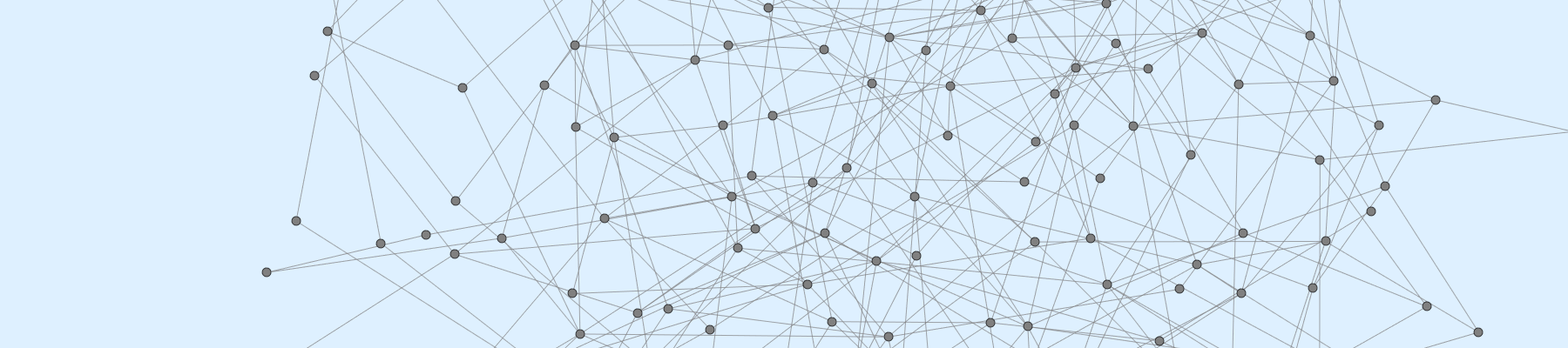
This is website/Content/Graph/graph.png from TexAgg/website, a Graphviz export, as it was before one commit. Its source is kept beside it as website/Content/Graph/graph.gv.
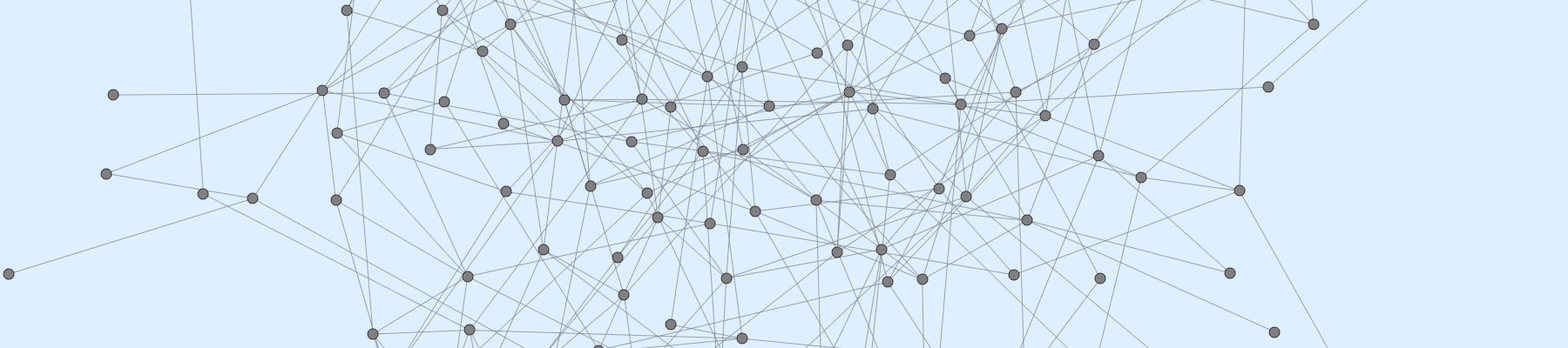
Later version of the same file.

What changed in the source:
```diff
@@ -201,404 +201,404 @@
 	198 [label=""];
 	199 [label=""];
 	200 [label=""];
-	1 -- 37;
-	1 -- 42;
-	1 -- 76;
-	1 -- 88;
-	1 -- 99;
-	1 -- 105;
-	1 -- 144;
-	1 -- 162;
-	1 -- 172;
-	1 -- 199;
-	2 -- 26;
-	2 -- 164;
-	2 -- 183;
-	3 -- 8;
-	3 -- 53;
-	3 -- 91;
-	3 -- 93;
-	3 -- 103;
-	3 -- 153;
-	3 -- 175;
-	4 -- 61;
-	4 -- 103;
-	4 -- 164;
-	4 -- 168;
-	5 -- 20;
-	5 -- 55;
-	5 -- 118;
-	5 -- 120;
-	5 -- 135;
-	6 -- 8;
-	6 -- 86;
-	6 -- 157;
-	6 -- 172;
-	6 -- 173;
-	7 -- 49;
-	7 -- 102;
-	7 -- 103;
-	7 -- 115;
-	7 -- 168;
-	7 -- 184;
-	7 -- 199;
-	8 -- 30;
-	8 -- 73;
-	8 -- 162;
-	8 -- 173;
-	9 -- 117;
-	9 -- 132;
-	9 -- 142;
-	10 -- 131;
-	10 -- 198;
-	11 -- 14;
-	11 -- 138;
-	12 -- 153;
-	12 -- 157;
-	12 -- 188;
-	12 -- 194;
-	13 -- 44;
-	13 -- 62;
-	13 -- 68;
-	13 -- 173;
-	14 -- 38;
-	14 -- 102;
-	14 -- 146;
-	14 -- 181;
-	14 -- 183;
-	15 -- 154;
-	15 -- 155;
-	16 -- 36;
-	16 -- 102;
-	18 -- 96;
-	18 -- 128;
-	18 -- 173;
-	19 -- 60;
-	19 -- 116;
-	19 -- 196;
-	20 -- 30;
-	20 -- 54;
-	20 -- 118;
-	20 -- 168;
-	20 -- 171;
-	21 -- 33;
-	21 -- 88;
-	21 -- 113;
-	21 -- 135;
-	21 -- 157;
-	21 -- 165;
-	22 -- 35;
-	22 -- 36;
-	22 -- 66;
-	22 -- 160;
-	23 -- 33;
-	23 -- 191;
-	23 -- 192;
-	25 -- 87;
+	1 -- 48;
+	1 -- 59;
+	1 -- 77;
+	1 -- 92;
+	1 -- 95;
+	1 -- 107;
+	2 -- 69;
+	2 -- 77;
+	2 -- 108;
+	2 -- 168;
+	3 -- 43;
+	3 -- 49;
+	3 -- 84;
+	3 -- 114;
+	4 -- 147;
+	4 -- 153;
+	4 -- 187;
+	5 -- 48;
+	5 -- 191;
+	6 -- 107;
+	6 -- 167;
+	6 -- 170;
+	6 -- 189;
+	7 -- 25;
+	7 -- 48;
+	7 -- 93;
+	7 -- 128;
+	7 -- 181;
+	8 -- 53;
+	8 -- 72;
+	8 -- 80;
+	8 -- 127;
+	8 -- 158;
+	8 -- 178;
+	8 -- 188;
+	9 -- 62;
+	9 -- 193;
+	10 -- 62;
+	10 -- 86;
+	10 -- 90;
+	10 -- 98;
+	10 -- 119;
+	10 -- 190;
+	11 -- 32;
+	11 -- 42;
+	11 -- 56;
+	11 -- 74;
+	11 -- 80;
+	11 -- 140;
+	11 -- 145;
+	11 -- 150;
+	12 -- 82;
+	12 -- 189;
+	13 -- 46;
+	13 -- 80;
+	13 -- 93;
+	13 -- 117;
+	13 -- 122;
+	13 -- 151;
+	13 -- 165;
+	14 -- 40;
+	14 -- 105;
+	14 -- 167;
+	15 -- 46;
+	15 -- 51;
+	15 -- 120;
+	15 -- 151;
+	15 -- 174;
+	16 -- 61;
+	16 -- 68;
+	16 -- 91;
+	16 -- 147;
+	16 -- 161;
+	16 -- 170;
+	17 -- 19;
+	17 -- 23;
+	17 -- 51;
+	17 -- 109;
+	17 -- 131;
+	17 -- 171;
+	18 -- 74;
+	19 -- 72;
+	19 -- 168;
+	20 -- 100;
+	21 -- 37;
+	21 -- 77;
+	22 -- 29;
+	22 -- 161;
+	22 -- 195;
+	22 -- 197;
+	23 -- 152;
+	23 -- 160;
+	23 -- 181;
+	24 -- 29;
+	24 -- 53;
+	24 -- 64;
+	24 -- 128;
+	24 -- 177;
+	24 -- 185;
+	25 -- 35;
+	25 -- 92;
 	25 -- 94;
-	25 -- 102;
-	26 -- 30;
-	26 -- 128;
-	26 -- 133;
-	26 -- 182;
-	26 -- 188;
-	27 -- 70;
-	27 -- 119;
-	27 -- 128;
-	27 -- 183;
-	28 -- 30;
-	28 -- 36;
-	28 -- 109;
-	28 -- 159;
-	28 -- 176;
-	29 -- 38;
-	29 -- 105;
-	29 -- 136;
-	29 -- 169;
-	30 -- 48;
-	30 -- 59;
-	30 -- 73;
-	30 -- 98;
-	30 -- 179;
-	31 -- 79;
-	31 -- 107;
-	31 -- 143;
-	31 -- 172;
-	32 -- 102;
-	32 -- 185;
-	32 -- 195;
-	33 -- 177;
-	34 -- 52;
-	34 -- 137;
-	35 -- 92;
-	36 -- 98;
-	36 -- 155;
-	37 -- 195;
-	39 -- 42;
-	39 -- 43;
-	39 -- 58;
-	39 -- 94;
-	39 -- 154;
-	40 -- 46;
-	40 -- 101;
-	40 -- 147;
-	40 -- 165;
-	40 -- 174;
-	40 -- 185;
+	26 -- 60;
+	26 -- 87;
+	26 -- 144;
+	26 -- 153;
+	26 -- 179;
+	27 -- 36;
+	27 -- 181;
+	28 -- 74;
+	28 -- 183;
+	29 -- 65;
+	29 -- 78;
+	29 -- 121;
+	29 -- 193;
+	30 -- 91;
+	30 -- 176;
+	30 -- 188;
+	31 -- 42;
+	31 -- 51;
+	31 -- 124;
+	32 -- 76;
+	32 -- 84;
+	32 -- 197;
+	33 -- 57;
+	33 -- 65;
+	33 -- 116;
+	33 -- 119;
+	33 -- 171;
+	33 -- 179;
+	34 -- 45;
+	34 -- 72;
+	34 -- 103;
+	34 -- 146;
+	34 -- 161;
+	34 -- 169;
+	35 -- 54;
+	35 -- 121;
+	35 -- 157;
+	36 -- 42;
+	36 -- 72;
+	36 -- 105;
+	36 -- 112;
+	36 -- 173;
+	37 -- 45;
+	37 -- 46;
+	37 -- 64;
+	37 -- 76;
+	37 -- 187;
+	38 -- 105;
+	38 -- 142;
+	38 -- 155;
+	38 -- 180;
+	38 -- 192;
+	39 -- 79;
+	39 -- 134;
+	40 -- 100;
+	40 -- 127;
+	40 -- 180;
 	40 -- 195;
-	40 -- 197;
-	41 -- 58;
-	41 -- 193;
-	41 -- 199;
-	42 -- 46;
-	42 -- 78;
+	42 -- 74;
+	42 -- 103;
 	42 -- 117;
-	42 -- 198;
-	43 -- 81;
-	43 -- 102;
-	43 -- 124;
-	44 -- 50;
-	44 -- 54;
-	44 -- 120;
-	44 -- 157;
-	45 -- 124;
-	45 -- 147;
-	45 -- 182;
-	46 -- 182;
-	46 -- 185;
-	46 -- 197;
-	47 -- 66;
-	47 -- 67;
-	47 -- 143;
-	47 -- 157;
-	47 -- 184;
-	48 -- 123;
-	48 -- 146;
-	48 -- 180;
-	48 -- 196;
-	49 -- 54;
-	49 -- 145;
-	49 -- 159;
-	50 -- 106;
-	51 -- 76;
-	51 -- 151;
-	51 -- 179;
-	52 -- 174;
-	53 -- 84;
-	53 -- 175;
-	54 -- 122;
-	54 -- 149;
-	54 -- 185;
-	55 -- 56;
-	55 -- 90;
-	55 -- 167;
-	55 -- 199;
-	56 -- 70;
-	56 -- 142;
-	56 -- 178;
-	57 -- 94;
-	57 -- 97;
-	57 -- 147;
-	57 -- 151;
-	57 -- 161;
-	58 -- 91;
-	58 -- 131;
-	58 -- 170;
-	58 -- 178;
-	59 -- 62;
-	59 -- 100;
-	60 -- 75;
-	60 -- 151;
-	60 -- 190;
-	61 -- 95;
-	61 -- 180;
-	61 -- 182;
-	62 -- 116;
-	62 -- 179;
-	63 -- 103;
-	64 -- 150;
-	64 -- 160;
-	64 -- 199;
-	65 -- 119;
-	65 -- 177;
-	66 -- 80;
-	66 -- 117;
-	66 -- 176;
-	67 -- 87;
-	67 -- 98;
-	67 -- 129;
-	67 -- 144;
-	68 -- 91;
-	68 -- 103;
-	68 -- 128;
-	68 -- 160;
-	69 -- 125;
-	69 -- 127;
-	70 -- 75;
-	70 -- 123;
-	70 -- 156;
-	71 -- 72;
-	71 -- 131;
-	72 -- 104;
-	72 -- 111;
-	72 -- 115;
-	72 -- 123;
-	72 -- 189;
-	73 -- 89;
-	73 -- 178;
-	74 -- 75;
-	74 -- 123;
-	74 -- 178;
-	75 -- 108;
-	75 -- 120;
-	75 -- 163;
-	75 -- 178;
-	76 -- 82;
-	76 -- 195;
-	77 -- 109;
-	77 -- 129;
-	79 -- 104;
-	79 -- 130;
-	79 -- 180;
-	79 -- 191;
-	80 -- 84;
-	80 -- 93;
+	43 -- 116;
+	43 -- 150;
+	43 -- 153;
+	44 -- 197;
+	45 -- 108;
+	45 -- 154;
+	45 -- 166;
+	45 -- 181;
+	46 -- 83;
+	46 -- 119;
+	46 -- 143;
+	46 -- 147;
+	47 -- 74;
+	47 -- 170;
+	47 -- 180;
+	49 -- 58;
+	49 -- 118;
+	49 -- 175;
+	49 -- 182;
+	49 -- 189;
+	49 -- 194;
+	50 -- 73;
+	51 -- 84;
+	51 -- 125;
+	51 -- 133;
+	51 -- 147;
+	52 -- 123;
+	52 -- 133;
+	53 -- 103;
+	53 -- 145;
+	53 -- 190;
+	54 -- 86;
+	54 -- 134;
+	54 -- 169;
+	55 -- 159;
+	57 -- 171;
+	58 -- 65;
+	58 -- 109;
+	58 -- 168;
+	58 -- 169;
+	58 -- 193;
+	59 -- 120;
+	59 -- 173;
+	60 -- 82;
+	60 -- 109;
+	60 -- 113;
+	60 -- 150;
+	60 -- 180;
+	60 -- 184;
+	61 -- 123;
+	63 -- 88;
+	63 -- 102;
+	64 -- 98;
+	64 -- 154;
+	65 -- 95;
+	65 -- 132;
+	65 -- 145;
+	65 -- 182;
+	66 -- 81;
+	66 -- 86;
+	66 -- 104;
+	66 -- 145;
+	66 -- 181;
+	67 -- 75;
+	67 -- 83;
+	67 -- 107;
+	67 -- 132;
+	67 -- 163;
+	67 -- 164;
+	67 -- 167;
+	68 -- 179;
+	69 -- 98;
+	69 -- 121;
+	70 -- 85;
+	70 -- 136;
+	70 -- 179;
+	71 -- 145;
+	72 -- 122;
+	73 -- 100;
+	73 -- 127;
+	73 -- 157;
+	73 -- 171;
+	74 -- 135;
+	74 -- 168;
+	75 -- 102;
+	75 -- 123;
+	75 -- 131;
+	75 -- 148;
+	75 -- 168;
+	76 -- 80;
+	76 -- 144;
+	77 -- 92;
+	77 -- 94;
+	77 -- 134;
+	77 -- 186;
+	78 -- 178;
+	78 -- 190;
+	79 -- 97;
+	79 -- 170;
+	80 -- 121;
+	80 -- 191;
 	80 -- 194;
-	80 -- 196;
-	81 -- 93;
-	81 -- 96;
-	81 -- 169;
-	81 -- 192;
-	81 -- 198;
-	82 -- 98;
-	82 -- 171;
-	82 -- 178;
-	83 -- 97;
-	83 -- 143;
-	83 -- 188;
+	81 -- 89;
+	81 -- 120;
+	81 -- 136;
+	82 -- 136;
+	82 -- 180;
+	83 -- 113;
+	83 -- 130;
+	83 -- 145;
 	84 -- 103;
-	85 -- 134;
-	85 -- 167;
-	85 -- 178;
-	85 -- 187;
-	86 -- 95;
-	87 -- 190;
-	88 -- 180;
-	89 -- 180;
-	90 -- 99;
+	84 -- 110;
+	84 -- 146;
+	84 -- 148;
+	85 -- 161;
+	86 -- 166;
+	87 -- 200;
+	88 -- 117;
+	88 -- 159;
+	88 -- 190;
+	88 -- 198;
+	89 -- 134;
+	89 -- 197;
 	90 -- 116;
-	90 -- 131;
-	90 -- 175;
-	90 -- 176;
-	91 -- 143;
-	91 -- 177;
-	92 -- 110;
-	92 -- 125;
-	94 -- 141;
-	94 -- 142;
-	94 -- 175;
-	95 -- 115;
-	95 -- 143;
-	95 -- 149;
-	95 -- 150;
-	95 -- 182;
-	97 -- 99;
-	97 -- 121;
-	98 -- 178;
-	98 -- 194;
-	99 -- 154;
-	100 -- 183;
-	101 -- 153;
-	103 -- 160;
-	103 -- 185;
-	104 -- 106;
-	104 -- 174;
-	104 -- 185;
-	105 -- 154;
-	106 -- 153;
-	106 -- 155;
-	106 -- 165;
-	106 -- 183;
-	107 -- 112;
-	107 -- 147;
-	107 -- 166;
-	108 -- 153;
-	108 -- 198;
-	109 -- 176;
-	110 -- 123;
-	110 -- 164;
-	110 -- 187;
-	111 -- 137;
-	111 -- 155;
-	112 -- 153;
-	112 -- 188;
-	112 -- 197;
-	113 -- 168;
-	114 -- 199;
-	115 -- 197;
-	116 -- 150;
-	117 -- 164;
-	117 -- 177;
-	118 -- 179;
-	119 -- 161;
-	119 -- 165;
-	120 -- 126;
-	120 -- 138;
-	120 -- 144;
-	121 -- 136;
-	121 -- 147;
-	121 -- 197;
-	122 -- 146;
-	122 -- 181;
-	124 -- 145;
-	125 -- 143;
-	125 -- 171;
-	125 -- 177;
-	127 -- 143;
-	127 -- 157;
-	127 -- 179;
-	128 -- 144;
-	128 -- 151;
-	129 -- 156;
-	130 -- 155;
-	130 -- 163;
-	131 -- 163;
-	131 -- 164;
-	132 -- 174;
-	133 -- 139;
-	133 -- 170;
-	133 -- 182;
-	134 -- 146;
-	134 -- 178;
-	134 -- 180;
-	135 -- 166;
-	138 -- 195;
-	139 -- 186;
-	142 -- 192;
-	143 -- 167;
-	144 -- 160;
-	144 -- 165;
-	144 -- 173;
-	145 -- 197;
-	147 -- 170;
-	147 -- 177;
-	148 -- 154;
-	150 -- 186;
-	150 -- 190;
-	151 -- 153;
-	153 -- 160;
-	156 -- 169;
-	156 -- 198;
-	157 -- 173;
-	158 -- 182;
-	159 -- 189;
-	166 -- 175;
-	166 -- 195;
-	174 -- 185;
-	176 -- 197;
-	177 -- 195;
-	180 -- 183;
-	181 -- 193;
-	182 -- 200;
-	184 -- 195;
+	90 -- 119;
+	90 -- 145;
+	90 -- 193;
+	91 -- 97;
+	91 -- 172;
+	91 -- 180;
+	92 -- 114;
+	92 -- 128;
+	92 -- 179;
+	93 -- 170;
+	94 -- 114;
+	94 -- 117;
+	94 -- 173;
+	96 -- 176;
+	97 -- 135;
+	97 -- 141;
+	98 -- 145;
+	98 -- 154;
+	99 -- 196;
+	101 -- 133;
+	101 -- 157;
+	102 -- 131;
+	103 -- 105;
+	103 -- 195;
+	105 -- 136;
+	107 -- 186;
+	108 -- 175;
+	109 -- 138;
+	109 -- 148;
+	109 -- 192;
+	111 -- 125;
+	111 -- 139;
+	111 -- 164;
+	112 -- 198;
+	113 -- 148;
+	113 -- 157;
+	113 -- 175;
+	114 -- 159;
+	114 -- 176;
+	117 -- 165;
+	117 -- 173;
+	118 -- 127;
+	118 -- 144;
+	118 -- 157;
+	119 -- 120;
+	119 -- 138;
+	119 -- 148;
+	119 -- 166;
+	119 -- 167;
+	119 -- 172;
+	119 -- 198;
+	121 -- 175;
+	122 -- 169;
+	122 -- 182;
+	123 -- 183;
+	125 -- 140;
+	125 -- 158;
+	126 -- 189;
+	127 -- 137;
+	129 -- 189;
+	131 -- 151;
+	132 -- 182;
+	132 -- 189;
+	133 -- 149;
+	133 -- 192;
+	134 -- 162;
+	135 -- 157;
+	135 -- 179;
+	136 -- 151;
+	137 -- 146;
+	137 -- 159;
+	137 -- 176;
+	139 -- 198;
+	141 -- 146;
+	142 -- 153;
+	142 -- 193;
+	143 -- 169;
+	144 -- 193;
+	145 -- 165;
+	147 -- 163;
+	148 -- 196;
+	148 -- 198;
+	149 -- 165;
+	149 -- 191;
+	149 -- 196;
+	150 -- 165;
+	151 -- 174;
+	153 -- 185;
+	156 -- 195;
+	160 -- 182;
+	162 -- 183;
+	163 -- 191;
+	164 -- 187;
+	164 -- 189;
+	164 -- 191;
+	170 -- 181;
+	171 -- 191;
+	172 -- 176;
+	172 -- 197;
+	175 -- 194;
+	177 -- 190;
+	178 -- 180;
+	178 -- 197;
+	179 -- 200;
+	180 -- 184;
+	183 -- 198;
+	183 -- 200;
+	184 -- 190;
+	185 -- 187;
+	186 -- 192;
+	189 -- 192;
+	191 -- 196;
+	195 -- 197;
 }
```
